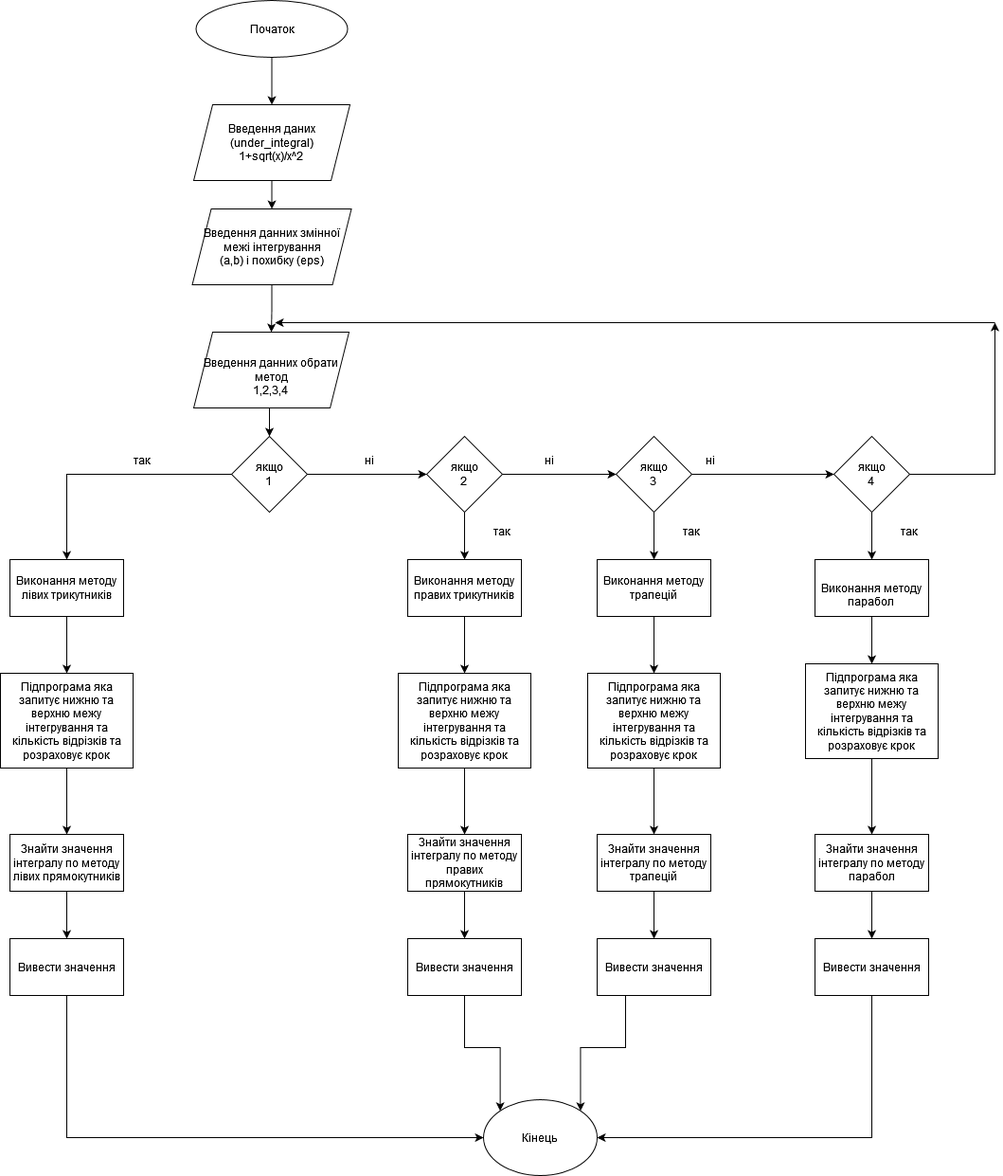
Before: Луцкевич_Володимир_РЕ-12_Схема_.drawio.png, a diagram exported from draw.io (VolodymyrLutskevych-PE-12/Lab_2_Volodymyr-Lutskevych_PE-12_-1-). Source tidied: cells renumbered, new cells last; positions are measured from the earlier drawing's top-left corner, leaving out a move shared by most shapes.
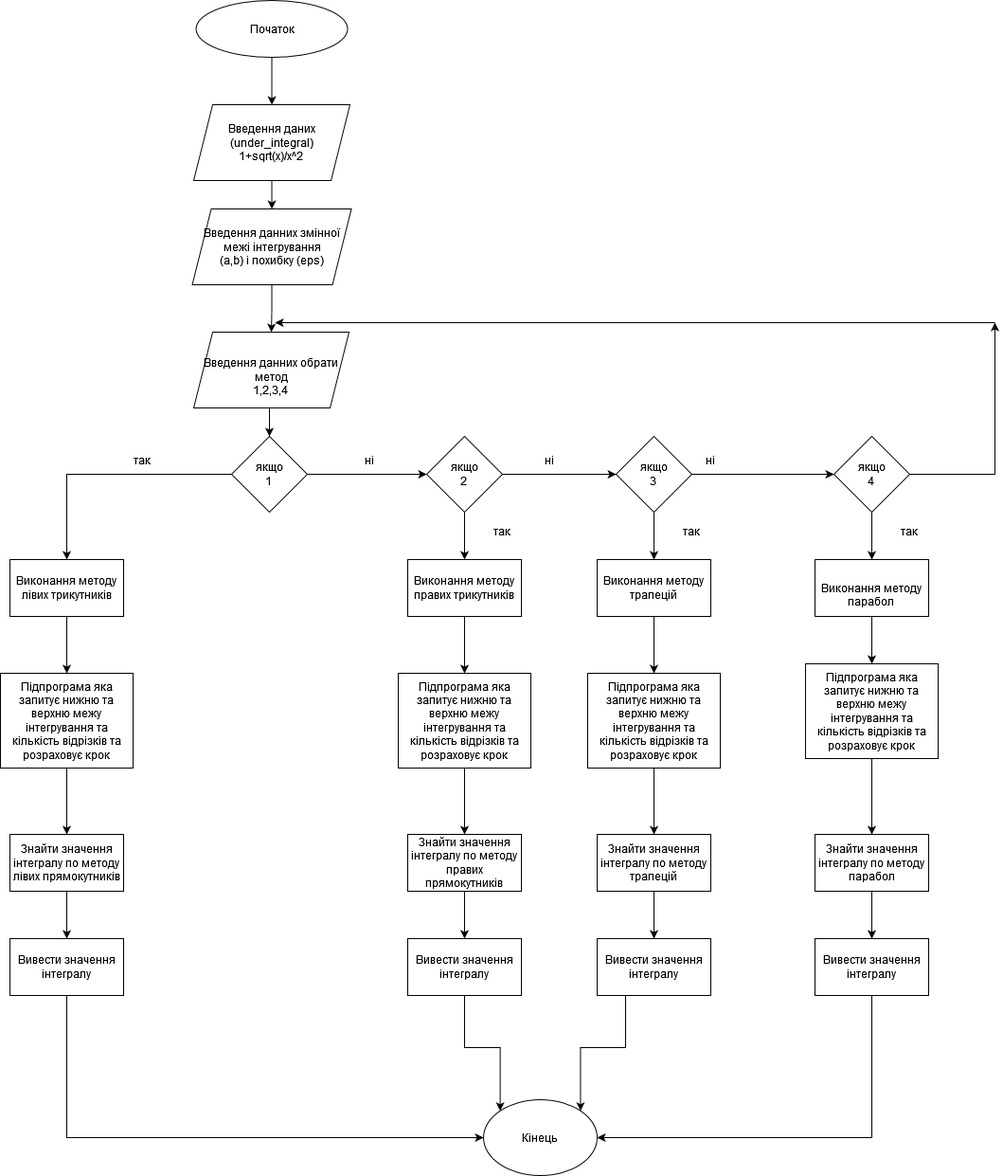
Above is the later version.

Diff of the diagram source:
```diff
@@ -162,25 +162,25 @@
     <mxCell id="53" style="edgeStyle=orthogonalEdgeStyle;rounded=0;jettySize=auto;html=1;exitX=0.5;exitY=1;exitDx=0;exitDy=0;entryX=0;entryY=0.5;entryDx=0;entryDy=0;" parent="1" edge="1" source="54" target="61">
       <mxGeometry relative="1" as="geometry" />
     </mxCell>
-    <mxCell id="54" value="Вивести значення" style="rounded=0;whiteSpace=wrap;html=1;" parent="1" vertex="1">
+    <mxCell id="54" value="Вивести значення інтегралу" style="rounded=0;whiteSpace=wrap;html=1;" parent="1" vertex="1">
       <mxGeometry x="10" y="990" width="120" height="60" as="geometry" />
     </mxCell>
     <mxCell id="55" style="edgeStyle=orthogonalEdgeStyle;rounded=0;jettySize=auto;html=1;exitX=0.5;exitY=1;exitDx=0;exitDy=0;entryX=0;entryY=0;entryDx=0;entryDy=0;" parent="1" edge="1" source="56" target="61">
       <mxGeometry relative="1" as="geometry" />
     </mxCell>
-    <mxCell id="56" value="Вивести значення" style="rounded=0;whiteSpace=wrap;html=1;" parent="1" vertex="1">
+    <mxCell id="56" value="Вивести значення інтегралу" style="rounded=0;whiteSpace=wrap;html=1;" parent="1" vertex="1">
       <mxGeometry x="430" y="990" width="120" height="60" as="geometry" />
     </mxCell>
     <mxCell id="57" style="edgeStyle=orthogonalEdgeStyle;rounded=0;jettySize=auto;html=1;exitX=0.25;exitY=1;exitDx=0;exitDy=0;entryX=1;entryY=0;entryDx=0;entryDy=0;" parent="1" edge="1" source="58" target="61">
       <mxGeometry relative="1" as="geometry" />
     </mxCell>
-    <mxCell id="58" value="Вивести значення" style="rounded=0;whiteSpace=wrap;html=1;" parent="1" vertex="1">
+    <mxCell id="58" value="&lt;div&gt;Вивести значення інтегралу&lt;br&gt;&lt;/div&gt;" style="rounded=0;whiteSpace=wrap;html=1;" parent="1" vertex="1">
       <mxGeometry x="630" y="990" width="120" height="60" as="geometry" />
     </mxCell>
     <mxCell id="59" style="edgeStyle=orthogonalEdgeStyle;rounded=0;jettySize=auto;html=1;exitX=0.5;exitY=1;exitDx=0;exitDy=0;entryX=1;entryY=0.5;entryDx=0;entryDy=0;" parent="1" edge="1" source="60" target="61">
       <mxGeometry relative="1" as="geometry" />
     </mxCell>
-    <mxCell id="60" value="Вивести значення" style="rounded=0;whiteSpace=wrap;html=1;" parent="1" vertex="1">
+    <mxCell id="60" value="&lt;div&gt;Вивести значення інтегралу&lt;/div&gt;" style="rounded=0;whiteSpace=wrap;html=1;" parent="1" vertex="1">
       <mxGeometry x="860" y="990" width="120" height="60" as="geometry" />
     </mxCell>
     <mxCell id="61" value="Кінець" style="ellipse;whiteSpace=wrap;html=1;" parent="1" vertex="1">
```
